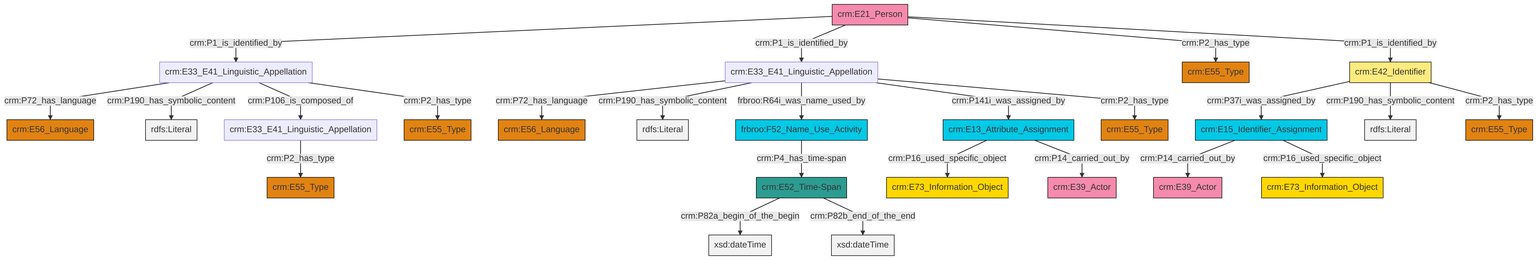
swiss-art-research-net/docs.swissartresearch keeps this Mermaid diagram as et/personCSV/ttl/mmd/png/Person_Names_and_Classification.png. Above is the earlier version. Its source is kept beside it as et/personCSV/ttl/mmd/Person_Names_and_Classification.ttl.mmd.
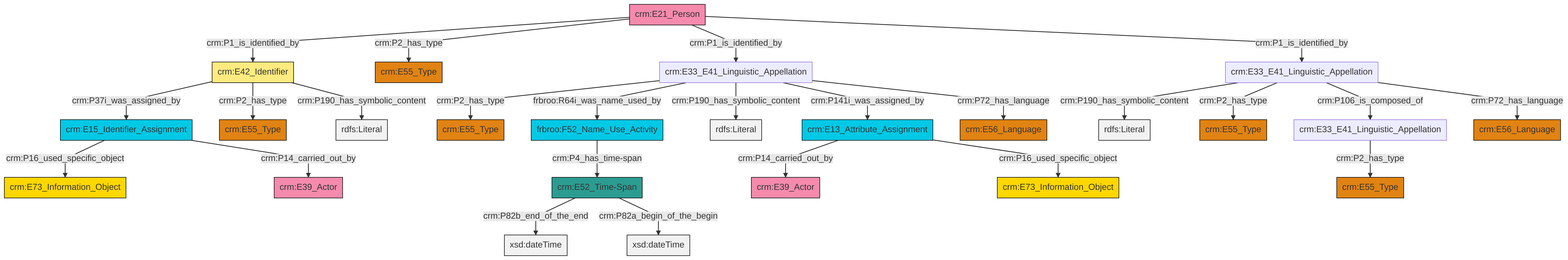
Later version of the same file.

What changed in the source:
```diff
@@ -13,27 +13,27 @@
 classDef PC_Classes fill:#4ce600, stroke:#000000;
 classDef Multi fill:#cccccc,stroke:#000000;
 
-8["crm:E33_E41_Linguistic_Appellation"]:::Default -->|crm:P72_has_language| 9["crm:E56_Language"]:::Type
-10["crm:E52_Time-Span"]:::Time-Span -->|crm:P82a_begin_of_the_begin| 11[xsd:dateTime]:::Literal
-12["crm:E42_Identifier"]:::Appellation -->|crm:P37i_was_assigned_by| 13["crm:E15_Identifier_Assignment"]:::Temporal_Entity
-14["frbroo:F52_Name_Use_Activity"]:::Temporal_Entity -->|crm:P4_has_time-span| 10["crm:E52_Time-Span"]:::Time-Span
-15["crm:E33_E41_Linguistic_Appellation"]:::Default -->|crm:P72_has_language| 2["crm:E56_Language"]:::Type
-4["crm:E21_Person"]:::Actor -->|crm:P1_is_identified_by| 15["crm:E33_E41_Linguistic_Appellation"]:::Default
-10["crm:E52_Time-Span"]:::Time-Span -->|crm:P82b_end_of_the_end| 22[xsd:dateTime]:::Literal
-25["crm:E13_Attribute_Assignment"]:::Temporal_Entity -->|crm:P16_used_specific_object| 16["crm:E73_Information_Object"]:::Conceptual_Object
-25["crm:E13_Attribute_Assignment"]:::Temporal_Entity -->|crm:P14_carried_out_by| 26["crm:E39_Actor"]:::Actor
-15["crm:E33_E41_Linguistic_Appellation"]:::Default -->|crm:P190_has_symbolic_content| 28[rdfs:Literal]:::Literal
-4["crm:E21_Person"]:::Actor -->|crm:P1_is_identified_by| 8["crm:E33_E41_Linguistic_Appellation"]:::Default
-23["crm:E33_E41_Linguistic_Appellation"]:::Default -->|crm:P2_has_type| 29["crm:E55_Type"]:::Type
-8["crm:E33_E41_Linguistic_Appellation"]:::Default -->|crm:P190_has_symbolic_content| 35[rdfs:Literal]:::Literal
-13["crm:E15_Identifier_Assignment"]:::Temporal_Entity -->|crm:P14_carried_out_by| 18["crm:E39_Actor"]:::Actor
-8["crm:E33_E41_Linguistic_Appellation"]:::Default -->|frbroo:R64i_was_name_used_by| 14["frbroo:F52_Name_Use_Activity"]:::Temporal_Entity
-8["crm:E33_E41_Linguistic_Appellation"]:::Default -->|crm:P141i_was_assigned_by| 25["crm:E13_Attribute_Assignment"]:::Temporal_Entity
-15["crm:E33_E41_Linguistic_Appellation"]:::Default -->|crm:P106_is_composed_of| 23["crm:E33_E41_Linguistic_Appellation"]:::Default
-4["crm:E21_Person"]:::Actor -->|crm:P2_has_type| 20["crm:E55_Type"]:::Type
-12["crm:E42_Identifier"]:::Appellation -->|crm:P190_has_symbolic_content| 41[rdfs:Literal]:::Literal
-8["crm:E33_E41_Linguistic_Appellation"]:::Default -->|crm:P2_has_type| 42["crm:E55_Type"]:::Type
-12["crm:E42_Identifier"]:::Appellation -->|crm:P2_has_type| 30["crm:E55_Type"]:::Type
-13["crm:E15_Identifier_Assignment"]:::Temporal_Entity -->|crm:P16_used_specific_object| 0["crm:E73_Information_Object"]:::Conceptual_Object
-15["crm:E33_E41_Linguistic_Appellation"]:::Default -->|crm:P2_has_type| 6["crm:E55_Type"]:::Type
-4["crm:E21_Person"]:::Actor -->|crm:P1_is_identified_by| 12["crm:E42_Identifier"]:::Appellation
+8["crm:E33_E41_Linguistic_Appellation"]:::Default -->|crm:P2_has_type| 0["crm:E55_Type"]:::Type
+9["crm:E21_Person"]:::Actor -->|crm:P1_is_identified_by| 10["crm:E42_Identifier"]:::Appellation
+11["crm:E33_E41_Linguistic_Appellation"]:::Default -->|crm:P190_has_symbolic_content| 12[rdfs:Literal]:::Literal
+11["crm:E33_E41_Linguistic_Appellation"]:::Default -->|crm:P2_has_type| 2["crm:E55_Type"]:::Type
+11["crm:E33_E41_Linguistic_Appellation"]:::Default -->|crm:P106_is_composed_of| 13["crm:E33_E41_Linguistic_Appellation"]:::Default
+9["crm:E21_Person"]:::Actor -->|crm:P2_has_type| 17["crm:E55_Type"]:::Type
+9["crm:E21_Person"]:::Actor -->|crm:P1_is_identified_by| 8["crm:E33_E41_Linguistic_Appellation"]:::Default
+10["crm:E42_Identifier"]:::Appellation -->|crm:P37i_was_assigned_by| 22["crm:E15_Identifier_Assignment"]:::Temporal_Entity
+30["frbroo:F52_Name_Use_Activity"]:::Temporal_Entity -->|crm:P4_has_time-span| 31["crm:E52_Time-Span"]:::Time-Span
+31["crm:E52_Time-Span"]:::Time-Span -->|crm:P82b_end_of_the_end| 32[xsd:dateTime]:::Literal
+8["crm:E33_E41_Linguistic_Appellation"]:::Default -->|frbroo:R64i_was_name_used_by| 30["frbroo:F52_Name_Use_Activity"]:::Temporal_Entity
+31["crm:E52_Time-Span"]:::Time-Span -->|crm:P82a_begin_of_the_begin| 36[xsd:dateTime]:::Literal
+10["crm:E42_Identifier"]:::Appellation -->|crm:P2_has_type| 15["crm:E55_Type"]:::Type
+10["crm:E42_Identifier"]:::Appellation -->|crm:P190_has_symbolic_content| 39[rdfs:Literal]:::Literal
+8["crm:E33_E41_Linguistic_Appellation"]:::Default -->|crm:P190_has_symbolic_content| 40[rdfs:Literal]:::Literal
+23["crm:E13_Attribute_Assignment"]:::Temporal_Entity -->|crm:P14_carried_out_by| 28["crm:E39_Actor"]:::Actor
+22["crm:E15_Identifier_Assignment"]:::Temporal_Entity -->|crm:P16_used_specific_object| 18["crm:E73_Information_Object"]:::Conceptual_Object
+11["crm:E33_E41_Linguistic_Appellation"]:::Default -->|crm:P72_has_language| 37["crm:E56_Language"]:::Type
+8["crm:E33_E41_Linguistic_Appellation"]:::Default -->|crm:P141i_was_assigned_by| 23["crm:E13_Attribute_Assignment"]:::Temporal_Entity
+9["crm:E21_Person"]:::Actor -->|crm:P1_is_identified_by| 11["crm:E33_E41_Linguistic_Appellation"]:::Default
+13["crm:E33_E41_Linguistic_Appellation"]:::Default -->|crm:P2_has_type| 26["crm:E55_Type"]:::Type
+22["crm:E15_Identifier_Assignment"]:::Temporal_Entity -->|crm:P14_carried_out_by| 6["crm:E39_Actor"]:::Actor
+23["crm:E13_Attribute_Assignment"]:::Temporal_Entity -->|crm:P16_used_specific_object| 34["crm:E73_Information_Object"]:::Conceptual_Object
+8["crm:E33_E41_Linguistic_Appellation"]:::Default -->|crm:P72_has_language| 4["crm:E56_Language"]:::Type
```
